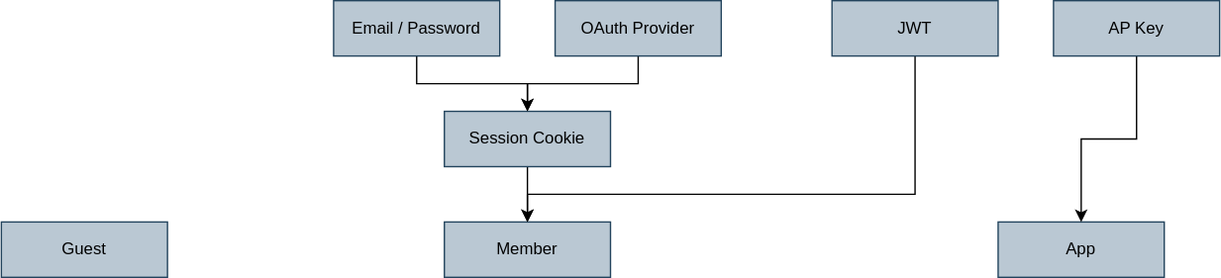
Above: docs/specs/authentication.drawio.svg in silverknight59222/appwrite (draw.io), before the change. Source tidied: cells renumbered, new cells last; positions are measured from the earlier drawing's top-left corner, leaving out a move shared by most shapes.
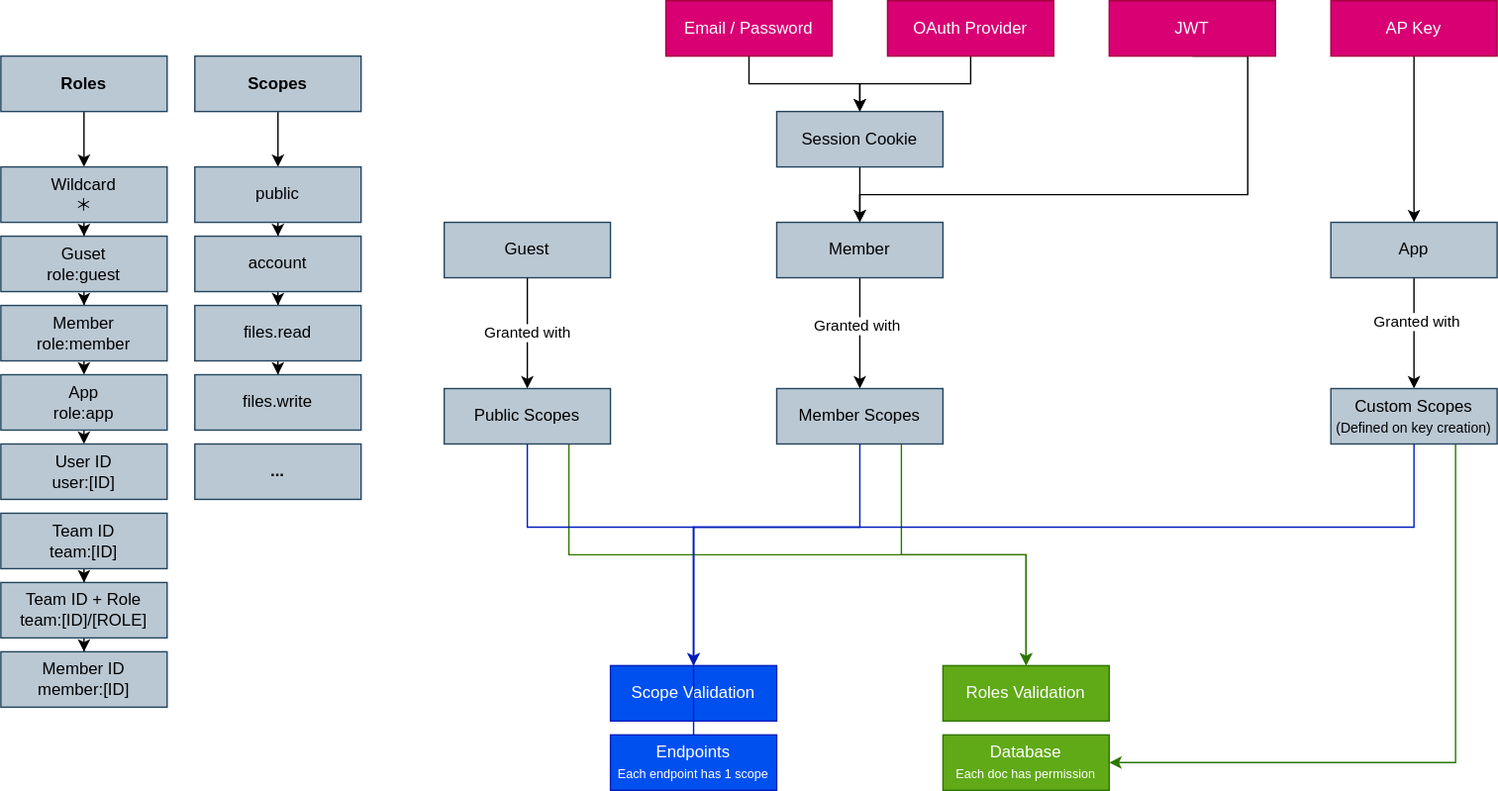
After the change.

Commit message:
Updated auth diagram

The edit, as a diff of the source:
```diff
@@ -2,31 +2,43 @@
   <root>
     <mxCell id="0" />
     <mxCell id="1" parent="0" />
-    <mxCell id="2" style="edgeStyle=orthogonalEdgeStyle;rounded=0;jettySize=auto;html=1;exitX=0.5;exitY=1;exitDx=0;exitDy=0;" parent="1" edge="1" source="3">
-      <mxGeometry relative="1" as="geometry">
-        <mxPoint x="380" y="160" as="targetPoint" />
-      </mxGeometry>
-    </mxCell>
+    <mxCell id="14" style="edgeStyle=orthogonalEdgeStyle;rounded=0;jettySize=auto;html=1;exitX=0.5;exitY=1;exitDx=0;exitDy=0;" parent="1" edge="1" source="3">
+      <mxGeometry relative="1" as="geometry">
+        <mxPoint x="380" y="160" as="targetPoint" />
+      </mxGeometry>
+    </mxCell>
     <mxCell id="3" value="Session Cookie" style="rounded=0;whiteSpace=wrap;html=1;strokeColor=#23445d;fillColor=#bac8d3;fontColor=#000000;labelBorderColor=none;" parent="1" vertex="1">
       <mxGeometry x="320" y="80" width="120" height="40" as="geometry" />
     </mxCell>
     <mxCell id="4" style="edgeStyle=orthogonalEdgeStyle;rounded=0;jettySize=auto;html=1;exitX=0.5;exitY=1;exitDx=0;exitDy=0;entryX=0.5;entryY=0;entryDx=0;entryDy=0;" parent="1" edge="1" source="5" target="3">
       <mxGeometry relative="1" as="geometry" />
     </mxCell>
-    <mxCell id="5" value="Email / Password" style="rounded=0;whiteSpace=wrap;html=1;strokeColor=#23445d;fillColor=#bac8d3;fontColor=#000000;labelBorderColor=none;" parent="1" vertex="1">
+    <mxCell id="5" value="Email / Password" style="rounded=0;whiteSpace=wrap;html=1;strokeColor=#A50040;fillColor=#d80073;fontColor=#ffffff;labelBorderColor=none;" parent="1" vertex="1">
       <mxGeometry x="240" width="120" height="40" as="geometry" />
     </mxCell>
-    <mxCell id="6" style="edgeStyle=orthogonalEdgeStyle;rounded=0;jettySize=auto;html=1;exitX=0.5;exitY=1;exitDx=0;exitDy=0;" parent="1" edge="1" source="7">
-      <mxGeometry relative="1" as="geometry">
-        <mxPoint x="380" y="80" as="targetPoint" />
-      </mxGeometry>
-    </mxCell>
+    <mxCell id="15" style="edgeStyle=orthogonalEdgeStyle;rounded=0;jettySize=auto;html=1;exitX=0.5;exitY=1;exitDx=0;exitDy=0;" parent="1" edge="1" source="7">
+      <mxGeometry relative="1" as="geometry">
+        <mxPoint x="380" y="80" as="targetPoint" />
+      </mxGeometry>
+    </mxCell>
-    <mxCell id="7" value="OAuth Provider" style="rounded=0;whiteSpace=wrap;html=1;strokeColor=#23445d;fillColor=#bac8d3;fontColor=#000000;labelBorderColor=none;" parent="1" vertex="1">
+    <mxCell id="7" value="OAuth Provider" style="rounded=0;whiteSpace=wrap;html=1;strokeColor=#A50040;fillColor=#d80073;fontColor=#ffffff;labelBorderColor=none;" parent="1" vertex="1">
       <mxGeometry x="400" width="120" height="40" as="geometry" />
     </mxCell>
+    <mxCell id="16" style="edgeStyle=orthogonalEdgeStyle;rounded=0;jettySize=auto;html=1;" parent="1" edge="1" source="8" target="26">
+      <mxGeometry relative="1" as="geometry" />
+    </mxCell>
+    <mxCell id="17" value="Granted with" style="edgeLabel;html=1;align=center;verticalAlign=middle;" parent="16" vertex="1">
+      <mxGeometry x="-0.15" y="-3" relative="1" as="geometry" />
+    </mxCell>
     <mxCell id="8" value="Member" style="rounded=0;whiteSpace=wrap;html=1;strokeColor=#23445d;fillColor=#bac8d3;fontColor=#000000;labelBorderColor=none;" parent="1" vertex="1">
       <mxGeometry x="320" y="160" width="120" height="40" as="geometry" />
     </mxCell>
+    <mxCell id="18" style="edgeStyle=orthogonalEdgeStyle;rounded=0;jettySize=auto;html=1;" parent="1" edge="1" source="9" target="28">
+      <mxGeometry relative="1" as="geometry" />
+    </mxCell>
+    <mxCell id="19" value="Granted with" style="edgeLabel;html=1;align=center;verticalAlign=middle;" parent="18" vertex="1">
+      <mxGeometry x="-0.23" y="1" relative="1" as="geometry" />
+    </mxCell>
     <mxCell id="9" value="App" style="rounded=0;whiteSpace=wrap;html=1;strokeColor=#23445d;fillColor=#bac8d3;fontColor=#000000;labelBorderColor=none;" parent="1" vertex="1">
       <mxGeometry x="720" y="160" width="120" height="40" as="geometry" />
     </mxCell>
@@ -38,17 +50,156 @@
         </Array>
       </mxGeometry>
     </mxCell>
-    <mxCell id="11" value="JWT" style="rounded=0;whiteSpace=wrap;html=1;strokeColor=#23445d;fillColor=#bac8d3;fontColor=#000000;labelBorderColor=none;" parent="1" vertex="1">
-      <mxGeometry x="600" width="120" height="40" as="geometry" />
+    <mxCell id="11" value="JWT" style="rounded=0;whiteSpace=wrap;html=1;strokeColor=#A50040;fillColor=#d80073;fontColor=#ffffff;labelBorderColor=none;" parent="1" vertex="1">
+      <mxGeometry x="560" width="120" height="40" as="geometry" />
     </mxCell>
     <mxCell id="12" style="edgeStyle=orthogonalEdgeStyle;rounded=0;jettySize=auto;html=1;exitX=0.5;exitY=1;exitDx=0;exitDy=0;entryX=0.5;entryY=0;entryDx=0;entryDy=0;" parent="1" edge="1" source="13" target="9">
       <mxGeometry relative="1" as="geometry" />
     </mxCell>
-    <mxCell id="13" value="AP Key" style="rounded=0;whiteSpace=wrap;html=1;strokeColor=#23445d;fillColor=#bac8d3;fontColor=#000000;labelBorderColor=none;" parent="1" vertex="1">
-      <mxGeometry x="760" width="120" height="40" as="geometry" />
+    <mxCell id="13" value="AP Key" style="rounded=0;whiteSpace=wrap;html=1;strokeColor=#A50040;fillColor=#d80073;fontColor=#ffffff;labelBorderColor=none;" parent="1" vertex="1">
+      <mxGeometry x="720" width="120" height="40" as="geometry" />
     </mxCell>
-    <mxCell id="14" value="Guest" style="rounded=0;whiteSpace=wrap;html=1;strokeColor=#23445d;fillColor=#bac8d3;fontColor=#000000;labelBorderColor=none;" parent="1" vertex="1">
-      <mxGeometry y="160" width="120" height="40" as="geometry" />
-    </mxCell>
+    <mxCell id="20" style="edgeStyle=orthogonalEdgeStyle;rounded=0;jettySize=auto;html=1;" parent="1" edge="1" source="22" target="24">
+      <mxGeometry relative="1" as="geometry" />
+    </mxCell>
+    <mxCell id="21" value="Granted with" style="edgeLabel;html=1;align=center;verticalAlign=middle;" parent="20" vertex="1">
+      <mxGeometry x="-0.03" y="-1" relative="1" as="geometry" />
+    </mxCell>
+    <mxCell id="22" value="Guest" style="rounded=0;whiteSpace=wrap;html=1;strokeColor=#23445d;fillColor=#bac8d3;fontColor=#000000;labelBorderColor=none;" parent="1" vertex="1">
+      <mxGeometry x="80" y="160" width="120" height="40" as="geometry" />
+    </mxCell>
+    <mxCell id="23" style="edgeStyle=orthogonalEdgeStyle;rounded=0;jettySize=auto;html=1;exitX=0.75;exitY=1;exitDx=0;exitDy=0;entryX=0.5;entryY=0;entryDx=0;entryDy=0;fillColor=#60a917;strokeColor=#2D7600;" parent="1" edge="1" source="24" target="34">
+      <mxGeometry relative="1" as="geometry" />
+    </mxCell>
+    <mxCell id="24" value="Public Scopes" style="rounded=0;whiteSpace=wrap;html=1;strokeColor=#23445d;fillColor=#bac8d3;fontColor=#000000;labelBorderColor=none;" parent="1" vertex="1">
+      <mxGeometry x="80" y="280" width="120" height="40" as="geometry" />
+    </mxCell>
+    <mxCell id="25" style="edgeStyle=orthogonalEdgeStyle;rounded=0;jettySize=auto;html=1;exitX=0.75;exitY=1;exitDx=0;exitDy=0;fillColor=#60a917;strokeColor=#2D7600;" parent="1" edge="1" source="26" target="34">
+      <mxGeometry relative="1" as="geometry" />
+    </mxCell>
+    <mxCell id="26" value="Member Scopes" style="rounded=0;whiteSpace=wrap;html=1;strokeColor=#23445d;fillColor=#bac8d3;fontColor=#000000;labelBorderColor=none;" parent="1" vertex="1">
+      <mxGeometry x="320" y="280" width="120" height="40" as="geometry" />
+    </mxCell>
+    <mxCell id="27" style="edgeStyle=orthogonalEdgeStyle;rounded=0;jettySize=auto;html=1;exitX=0.75;exitY=1;exitDx=0;exitDy=0;entryX=1;entryY=0.5;entryDx=0;entryDy=0;fillColor=#60a917;strokeColor=#2D7600;" parent="1" edge="1" source="28" target="33">
+      <mxGeometry relative="1" as="geometry" />
+    </mxCell>
+    <mxCell id="28" value="Custom Scopes&lt;br&gt;&lt;font style=&quot;font-size: 10px&quot;&gt;(Defined on key creation)&lt;/font&gt;" style="rounded=0;whiteSpace=wrap;html=1;strokeColor=#23445d;fillColor=#bac8d3;fontColor=#000000;labelBorderColor=none;" parent="1" vertex="1">
+      <mxGeometry x="720" y="280" width="120" height="40" as="geometry" />
+    </mxCell>
+    <mxCell id="29" value="Scope Validation" style="rounded=0;whiteSpace=wrap;html=1;strokeColor=#001DBC;fillColor=#0050ef;fontColor=#ffffff;labelBorderColor=none;" parent="1" vertex="1">
+      <mxGeometry x="200" y="480" width="120" height="40" as="geometry" />
+    </mxCell>
+    <mxCell id="30" style="edgeStyle=orthogonalEdgeStyle;rounded=0;jettySize=auto;html=1;entryX=0.5;entryY=0;entryDx=0;entryDy=0;exitX=0.5;exitY=1;exitDx=0;exitDy=0;fillColor=#0050ef;strokeColor=#001DBC;" parent="1" edge="1" source="26" target="29">
+      <mxGeometry relative="1" as="geometry">
+        <Array as="points">
+          <mxPoint x="380" y="380" />
+          <mxPoint x="260" y="380" />
+        </Array>
+      </mxGeometry>
+    </mxCell>
+    <mxCell id="31" style="edgeStyle=orthogonalEdgeStyle;rounded=0;jettySize=auto;html=1;exitX=0.5;exitY=1;exitDx=0;exitDy=0;fillColor=#0050ef;strokeColor=#001DBC;" parent="1" edge="1" source="28">
+      <mxGeometry relative="1" as="geometry">
+        <mxPoint x="260" y="560" as="targetPoint" />
+        <Array as="points">
+          <mxPoint x="780" y="380" />
+          <mxPoint x="260" y="380" />
+        </Array>
+      </mxGeometry>
+    </mxCell>
+    <mxCell id="32" style="edgeStyle=orthogonalEdgeStyle;rounded=0;jettySize=auto;html=1;exitX=0.5;exitY=1;exitDx=0;exitDy=0;entryX=0.5;entryY=0;entryDx=0;entryDy=0;fillColor=#0050ef;strokeColor=#001DBC;" parent="1" edge="1" source="24" target="29">
+      <mxGeometry relative="1" as="geometry">
+        <Array as="points">
+          <mxPoint x="140" y="380" />
+          <mxPoint x="260" y="380" />
+        </Array>
+      </mxGeometry>
+    </mxCell>
+    <mxCell id="33" value="Database&lt;br&gt;&lt;font style=&quot;font-size: 9px&quot;&gt;Each doc has permission&lt;/font&gt;" style="rounded=0;whiteSpace=wrap;html=1;strokeColor=#2D7600;fillColor=#60a917;fontColor=#ffffff;labelBorderColor=none;" parent="1" vertex="1">
+      <mxGeometry x="440" y="530" width="120" height="40" as="geometry" />
+    </mxCell>
+    <mxCell id="34" value="Roles Validation" style="rounded=0;whiteSpace=wrap;html=1;strokeColor=#2D7600;fillColor=#60a917;fontColor=#ffffff;labelBorderColor=none;" parent="1" vertex="1">
+      <mxGeometry x="440" y="480" width="120" height="40" as="geometry" />
+    </mxCell>
+    <mxCell id="35" style="edgeStyle=orthogonalEdgeStyle;rounded=0;jettySize=auto;html=1;" parent="1" edge="1" source="36" target="38">
+      <mxGeometry relative="1" as="geometry" />
+    </mxCell>
+    <mxCell id="36" value="Roles" style="rounded=0;whiteSpace=wrap;html=1;strokeColor=#23445d;fillColor=#bac8d3;fontColor=#000000;labelBorderColor=none;fontStyle=1;" parent="1" vertex="1">
+      <mxGeometry x="-240" y="40" width="120" height="40" as="geometry" />
+    </mxCell>
+    <mxCell id="37" style="edgeStyle=orthogonalEdgeStyle;rounded=0;jettySize=auto;html=1;" parent="1" edge="1" source="38" target="40">
+      <mxGeometry relative="1" as="geometry" />
+    </mxCell>
+    <mxCell id="38" value="Wildcard&lt;br&gt;＊" style="rounded=0;whiteSpace=wrap;html=1;strokeColor=#23445d;fillColor=#bac8d3;fontColor=#000000;labelBorderColor=none;" parent="1" vertex="1">
+      <mxGeometry x="-240" y="120" width="120" height="40" as="geometry" />
+    </mxCell>
+    <mxCell id="39" style="edgeStyle=orthogonalEdgeStyle;rounded=0;jettySize=auto;html=1;exitX=0.5;exitY=1;exitDx=0;exitDy=0;" parent="1" edge="1" source="40" target="42">
+      <mxGeometry relative="1" as="geometry" />
+    </mxCell>
+    <mxCell id="40" value="Guset&lt;br&gt;role:guest" style="rounded=0;whiteSpace=wrap;html=1;strokeColor=#23445d;fillColor=#bac8d3;fontColor=#000000;labelBorderColor=none;" parent="1" vertex="1">
+      <mxGeometry x="-240" y="170" width="120" height="40" as="geometry" />
+    </mxCell>
+    <mxCell id="41" style="edgeStyle=orthogonalEdgeStyle;rounded=0;jettySize=auto;html=1;exitX=0.5;exitY=1;exitDx=0;exitDy=0;entryX=0.5;entryY=0;entryDx=0;entryDy=0;" parent="1" edge="1" source="42" target="44">
+      <mxGeometry relative="1" as="geometry" />
+    </mxCell>
+    <mxCell id="42" value="Member&lt;br&gt;role:member" style="rounded=0;whiteSpace=wrap;html=1;strokeColor=#23445d;fillColor=#bac8d3;fontColor=#000000;labelBorderColor=none;" parent="1" vertex="1">
+      <mxGeometry x="-240" y="220" width="120" height="40" as="geometry" />
+    </mxCell>
+    <mxCell id="43" style="edgeStyle=orthogonalEdgeStyle;rounded=0;jettySize=auto;html=1;exitX=0.5;exitY=1;exitDx=0;exitDy=0;entryX=0.5;entryY=0;entryDx=0;entryDy=0;" parent="1" edge="1" source="44" target="45">
+      <mxGeometry relative="1" as="geometry" />
+    </mxCell>
+    <mxCell id="44" value="App&lt;br&gt;role:app" style="rounded=0;whiteSpace=wrap;html=1;strokeColor=#23445d;fillColor=#bac8d3;fontColor=#000000;labelBorderColor=none;" parent="1" vertex="1">
+      <mxGeometry x="-240" y="270" width="120" height="40" as="geometry" />
+    </mxCell>
+    <mxCell id="45" value="User ID&lt;br&gt;user:[ID]" style="rounded=0;whiteSpace=wrap;html=1;strokeColor=#23445d;fillColor=#bac8d3;fontColor=#000000;labelBorderColor=none;" parent="1" vertex="1">
+      <mxGeometry x="-240" y="320" width="120" height="40" as="geometry" />
+    </mxCell>
+    <mxCell id="46" style="edgeStyle=orthogonalEdgeStyle;rounded=0;jettySize=auto;html=1;" parent="1" edge="1" source="47" target="49">
+      <mxGeometry relative="1" as="geometry" />
+    </mxCell>
+    <mxCell id="47" value="Team ID&lt;br&gt;team:[ID]" style="rounded=0;whiteSpace=wrap;html=1;strokeColor=#23445d;fillColor=#bac8d3;fontColor=#000000;labelBorderColor=none;" parent="1" vertex="1">
+      <mxGeometry x="-240" y="370" width="120" height="40" as="geometry" />
+    </mxCell>
+    <mxCell id="48" style="edgeStyle=orthogonalEdgeStyle;rounded=0;jettySize=auto;html=1;" parent="1" edge="1" source="49" target="50">
+      <mxGeometry relative="1" as="geometry" />
+    </mxCell>
+    <mxCell id="49" value="Team ID + Role&lt;br&gt;team:[ID]/[ROLE]" style="rounded=0;whiteSpace=wrap;html=1;strokeColor=#23445d;fillColor=#bac8d3;fontColor=#000000;labelBorderColor=none;" parent="1" vertex="1">
+      <mxGeometry x="-240" y="420" width="120" height="40" as="geometry" />
+    </mxCell>
+    <mxCell id="50" value="Member ID&lt;br&gt;member:[ID]" style="rounded=0;whiteSpace=wrap;html=1;strokeColor=#23445d;fillColor=#bac8d3;fontColor=#000000;labelBorderColor=none;" parent="1" vertex="1">
+      <mxGeometry x="-240" y="470" width="120" height="40" as="geometry" />
+    </mxCell>
+    <mxCell id="51" value="Endpoints&lt;br&gt;&lt;font style=&quot;font-size: 9px&quot;&gt;Each endpoint has 1 scope&lt;/font&gt;" style="rounded=0;whiteSpace=wrap;html=1;strokeColor=#001DBC;fillColor=#0050ef;fontColor=#ffffff;labelBorderColor=none;" parent="1" vertex="1">
+      <mxGeometry x="200" y="530" width="120" height="40" as="geometry" />
+    </mxCell>
+    <mxCell id="52" style="edgeStyle=orthogonalEdgeStyle;rounded=0;jettySize=auto;html=1;" parent="1" edge="1" source="53" target="55">
+      <mxGeometry relative="1" as="geometry" />
+    </mxCell>
+    <mxCell id="53" value="Scopes" style="rounded=0;whiteSpace=wrap;html=1;strokeColor=#23445d;fillColor=#bac8d3;fontColor=#000000;labelBorderColor=none;fontStyle=1;" parent="1" vertex="1">
+      <mxGeometry x="-100" y="40" width="120" height="40" as="geometry" />
+    </mxCell>
+    <mxCell id="54" style="edgeStyle=orthogonalEdgeStyle;rounded=0;jettySize=auto;html=1;" parent="1" edge="1" source="55" target="57">
+      <mxGeometry relative="1" as="geometry" />
+    </mxCell>
+    <mxCell id="55" value="public" style="rounded=0;whiteSpace=wrap;html=1;strokeColor=#23445d;fillColor=#bac8d3;fontColor=#000000;labelBorderColor=none;" parent="1" vertex="1">
+      <mxGeometry x="-100" y="120" width="120" height="40" as="geometry" />
+    </mxCell>
+    <mxCell id="56" style="edgeStyle=orthogonalEdgeStyle;rounded=0;jettySize=auto;html=1;" parent="1" edge="1" source="57" target="59">
+      <mxGeometry relative="1" as="geometry" />
+    </mxCell>
+    <mxCell id="57" value="account" style="rounded=0;whiteSpace=wrap;html=1;strokeColor=#23445d;fillColor=#bac8d3;fontColor=#000000;labelBorderColor=none;" parent="1" vertex="1">
+      <mxGeometry x="-100" y="170" width="120" height="40" as="geometry" />
+    </mxCell>
+    <mxCell id="58" style="edgeStyle=orthogonalEdgeStyle;rounded=0;jettySize=auto;html=1;" parent="1" edge="1" source="59" target="60">
+      <mxGeometry relative="1" as="geometry" />
+    </mxCell>
+    <mxCell id="59" value="files.read" style="rounded=0;whiteSpace=wrap;html=1;strokeColor=#23445d;fillColor=#bac8d3;fontColor=#000000;labelBorderColor=none;" parent="1" vertex="1">
+      <mxGeometry x="-100" y="220" width="120" height="40" as="geometry" />
+    </mxCell>
+    <mxCell id="60" value="files.write" style="rounded=0;whiteSpace=wrap;html=1;strokeColor=#23445d;fillColor=#bac8d3;fontColor=#000000;labelBorderColor=none;" parent="1" vertex="1">
+      <mxGeometry x="-100" y="270" width="120" height="40" as="geometry" />
+    </mxCell>
+    <mxCell id="61" value="&lt;b&gt;...&lt;/b&gt;" style="rounded=0;whiteSpace=wrap;html=1;strokeColor=#23445d;fillColor=#bac8d3;fontColor=#000000;labelBorderColor=none;" parent="1" vertex="1">
+      <mxGeometry x="-100" y="320" width="120" height="40" as="geometry" />
+    </mxCell>
   </root>
 </mxGraphModel>
```
